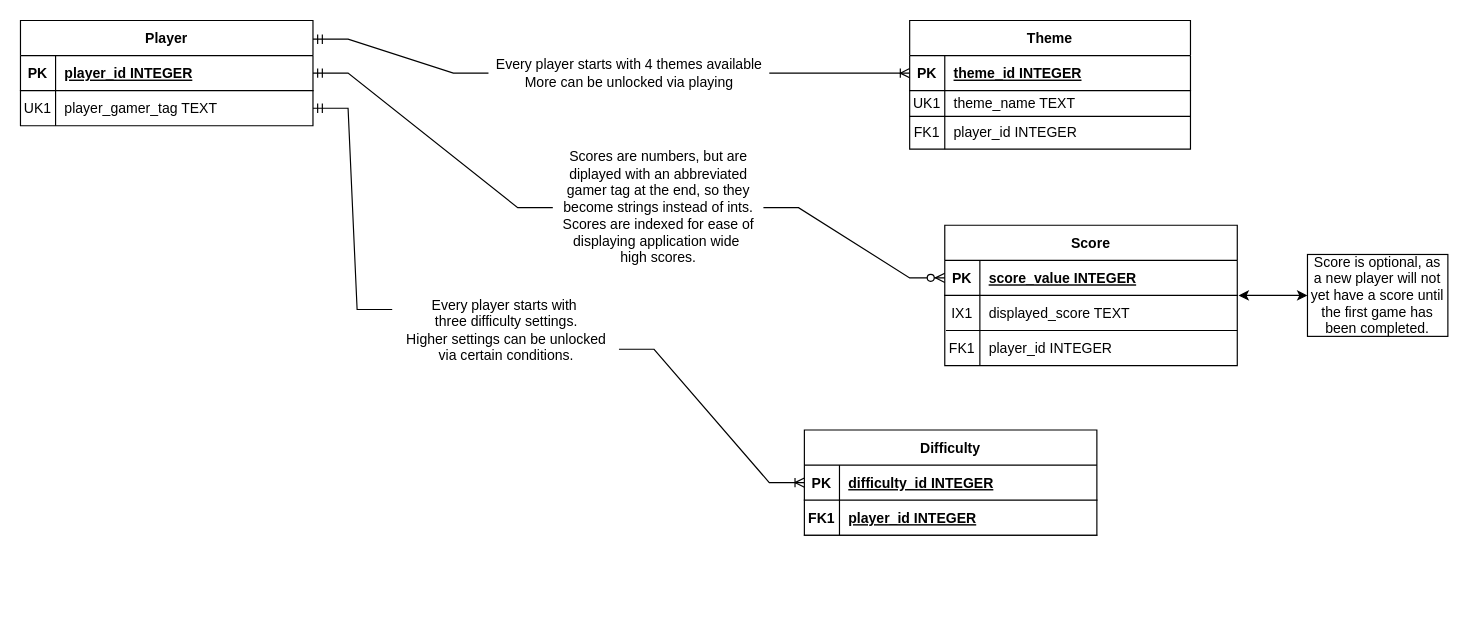
Above: docs/work/erd.drawio in ddc-java-15/unscrambled (draw.io), before the change. Source tidied: cells renumbered, new cells numbered last; positions are measured from the earlier drawing's top-left corner, leaving out a move shared by most shapes. Both pictures are drawn from the tidied source at 117%, with x=0, y=0 at pixel (20, 20).
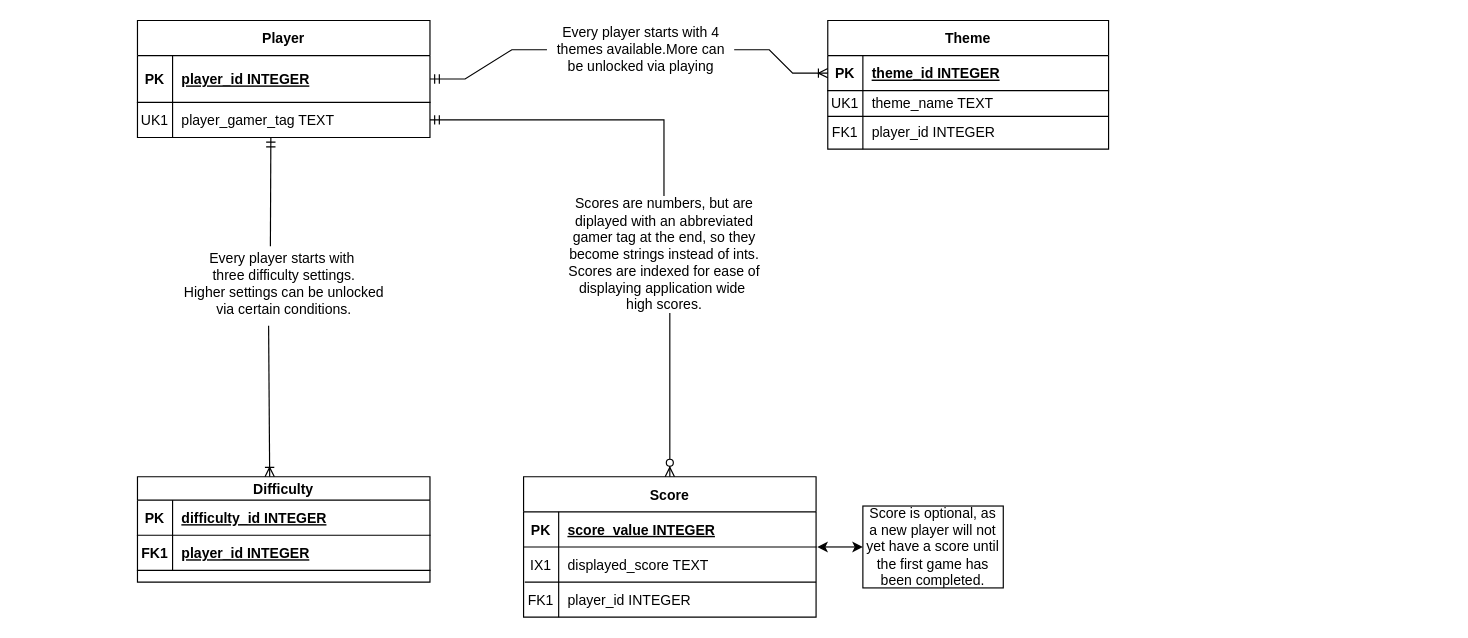
Above is the later version.

Unchanged cells that the change refers to:
```xml
<mxCell id="14" style="shape=partialRectangle;fillColor=none;points=[[0,0.5],[1,0.5]];portConstraint=eastwest;top=0;left=0;right=0;bottom=1;" parent="13" vertex="1">
  <mxGeometry y="30" width="250" height="30" as="geometry" />
</mxCell>
```

Diff of the diagram source:
```diff
@@
     <mxCell id="2" value="Theme" style="shape=table;startSize=30;childLayout=tableLayout;rowLines=0;fontStyle=1;align=center;" parent="1" vertex="1">
-      <mxGeometry x="760" width="240" height="110" as="geometry" />
+      <mxGeometry x="690" width="240" height="110" as="geometry" />
     </mxCell>
@@
     <mxCell id="13" value="Score" style="shape=table;startSize=30;childLayout=tableLayout;rowLines=0;fontStyle=1;align=center;" parent="1" vertex="1">
-      <mxGeometry x="790" y="175" width="250" height="120" as="geometry" />
+      <mxGeometry x="430" y="390" width="250" height="120" as="geometry" />
     </mxCell>
@@
     <mxCell id="24" value="Player" style="shape=table;startSize=30;childLayout=tableLayout;rowLines=0;fontStyle=1;align=center;" parent="1" vertex="1">
-      <mxGeometry width="250" height="90" as="geometry" />
+      <mxGeometry x="100" width="250" height="100" as="geometry" />
     </mxCell>
     <mxCell id="25" style="shape=partialRectangle;fillColor=none;points=[[0,0.5],[1,0.5]];portConstraint=eastwest;top=0;left=0;right=0;bottom=1;" parent="24" vertex="1">
-      <mxGeometry y="30" width="250" height="30" as="geometry" />
+      <mxGeometry y="30" width="250" height="40" as="geometry" />
     </mxCell>
     <mxCell id="26" value="PK" style="shape=partialRectangle;overflow=hidden;fillColor=none;top=0;left=0;bottom=0;right=0;fontStyle=1;" parent="25" vertex="1">
-      <mxGeometry width="30" height="30" as="geometry" />
+      <mxGeometry width="30" height="40" as="geometry" />
     </mxCell>
     <mxCell id="27" value="player_id INTEGER" style="shape=partialRectangle;overflow=hidden;fillColor=none;top=0;left=0;bottom=0;right=0;align=left;spacingLeft=6;fontStyle=5;" parent="25" vertex="1">
-      <mxGeometry x="30" width="220" height="30" as="geometry" />
+      <mxGeometry x="30" width="220" height="40" as="geometry" />
     </mxCell>
     <mxCell id="28" style="shape=partialRectangle;fillColor=none;points=[[0,0.5],[1,0.5]];portConstraint=eastwest;top=0;left=0;right=0;bottom=0;" parent="24" vertex="1">
-      <mxGeometry y="60" width="250" height="30" as="geometry" />
+      <mxGeometry y="70" width="250" height="30" as="geometry" />
     </mxCell>
@@
-    <mxCell id="32" value="Every player starts with 4 themes available&lt;br&gt;More can be unlocked via playing" style="text;html=1;align=center;verticalAlign=middle;points=[];strokeColor=none;fillColor=none;" parent="1" vertex="1">
-      <mxGeometry x="400" y="30" width="240" height="30" as="geometry" />
+    <mxCell id="32" value="Every player starts with 4 &lt;br&gt;themes available.More can &lt;br&gt;be unlocked via playing" style="text;html=1;align=center;verticalAlign=middle;points=[];strokeColor=none;fillColor=none;" parent="1" vertex="1">
+      <mxGeometry x="450" width="160" height="50" as="geometry" />
     </mxCell>
-    <mxCell id="33" style="edgeStyle=entityRelationEdgeStyle;fontSize=12;html=1;endArrow=none;startArrow=ERmandOne;rounded=0;entryX=0;entryY=0.5;entryDx=0;entryDy=0;" parent="1" edge="1" target="32">
-      <mxGeometry relative="1" as="geometry">
-        <mxPoint x="250" y="16" as="sourcePoint" />
-      </mxGeometry>
+    <mxCell id="33" style="edgeStyle=entityRelationEdgeStyle;fontSize=12;html=1;endArrow=none;startArrow=ERmandOne;rounded=0;entryX=0;entryY=0.5;entryDx=0;entryDy=0;exitX=1;exitY=0.5;exitDx=0;exitDy=0;" parent="1" edge="1" source="25" target="32">
+      <mxGeometry relative="1" as="geometry" />
     </mxCell>
-    <mxCell id="34" style="edgeStyle=entityRelationEdgeStyle;fontSize=12;html=1;endArrow=ERzeroToMany;startArrow=none;rounded=0;entryX=0;entryY=0.5;entryDx=0;entryDy=0;" parent="1" edge="1" source="35" target="14">
-      <mxGeometry relative="1" as="geometry" />
-    </mxCell>
-    <mxCell id="35" value="Scores are numbers, but are&lt;br&gt;diplayed with an abbreviated&lt;br&gt;gamer tag at the end, so they&lt;br&gt;become strings instead of ints.&lt;br&gt;Scores are indexed for ease of&lt;br&gt;displaying application wide&amp;nbsp;&lt;br&gt;high scores." style="text;html=1;align=center;verticalAlign=middle;points=[];strokeColor=none;fillColor=none;" parent="1" vertex="1">
-      <mxGeometry x="455" y="110" width="180" height="100" as="geometry" />
-    </mxCell>
-    <mxCell id="36" style="edgeStyle=entityRelationEdgeStyle;fontSize=12;html=1;endArrow=none;startArrow=ERmandOne;rounded=0;entryX=0;entryY=0.5;entryDx=0;entryDy=0;exitX=1;exitY=0.5;exitDx=0;exitDy=0;" parent="1" edge="1" source="25" target="35">
-      <mxGeometry relative="1" as="geometry" />
-    </mxCell>
-    <mxCell id="37" value="Difficulty" style="shape=table;startSize=30;childLayout=tableLayout;rowLines=0;fontStyle=1;align=center;" parent="1" vertex="1">
-      <mxGeometry x="670" y="350" width="250" height="90" as="geometry" />
+    <mxCell id="37" value="Difficulty" style="shape=table;startSize=20;childLayout=tableLayout;rowLines=0;fontStyle=1;align=center;" parent="1" vertex="1">
+      <mxGeometry x="100" y="390" width="250" height="90" as="geometry" />
     </mxCell>
     <mxCell id="38" style="shape=partialRectangle;fillColor=none;points=[[0,0.5],[1,0.5]];portConstraint=eastwest;top=0;left=0;right=0;bottom=1;" parent="37" vertex="1">
-      <mxGeometry y="30" width="250" height="30" as="geometry" />
+      <mxGeometry y="20" width="250" height="30" as="geometry" />
     </mxCell>
@@
     <mxCell id="41" style="shape=partialRectangle;fillColor=none;top=0;left=0;right=0;bottom=1;" parent="37" vertex="1">
-      <mxGeometry y="60" width="250" height="30" as="geometry" />
+      <mxGeometry y="50" width="250" height="30" as="geometry" />
     </mxCell>
@@
-    <mxCell id="44" style="edgeStyle=entityRelationEdgeStyle;fontSize=12;html=1;endArrow=ERoneToMany;startArrow=none;rounded=0;entryX=0;entryY=0.5;entryDx=0;entryDy=0;exitX=1.008;exitY=0.767;exitDx=0;exitDy=0;exitPerimeter=0;" parent="1" edge="1" source="45" target="38">
-      <mxGeometry relative="1" as="geometry" />
-    </mxCell>
-    <mxCell id="45" value="Every player starts with&amp;nbsp;&lt;br&gt;three difficulty settings.&lt;br&gt;Higher settings can be unlocked&lt;br&gt;via certain conditions." style="text;html=1;align=center;verticalAlign=middle;points=[];strokeColor=none;fillColor=none;" parent="1" vertex="1">
-      <mxGeometry x="320" y="235" width="190" height="60" as="geometry" />
-    </mxCell>
-    <mxCell id="46" style="edgeStyle=entityRelationEdgeStyle;fontSize=12;html=1;endArrow=none;startArrow=ERmandOne;rounded=0;entryX=-0.012;entryY=0.2;entryDx=0;entryDy=0;entryPerimeter=0;exitX=1;exitY=0.5;exitDx=0;exitDy=0;" parent="1" edge="1" source="28" target="45">
-      <mxGeometry relative="1" as="geometry" />
-    </mxCell>
     <mxCell id="47" value="Score is optional, as a new player will not yet have a score until the first game has been completed." style="rounded=0;whiteSpace=wrap;html=1;" parent="1" vertex="1">
-      <mxGeometry x="1100" y="200" width="120" height="70" as="geometry" />
+      <mxGeometry x="720" y="415" width="120" height="70" as="geometry" />
     </mxCell>
@@
+    <mxCell id="49" style="fontSize=12;html=1;endArrow=ERoneToMany;startArrow=none;rounded=0;entryX=0.452;entryY=0;entryDx=0;entryDy=0;entryPerimeter=0;exitX=0.432;exitY=1.1;exitDx=0;exitDy=0;exitPerimeter=0;" parent="1" edge="1" source="45" target="37">
+      <mxGeometry relative="1" as="geometry" />
+    </mxCell>
+    <mxCell id="45" value="Every player starts with&amp;nbsp;&lt;br&gt;three difficulty settings.&lt;br&gt;Higher settings can be unlocked&lt;br&gt;via certain conditions." style="text;html=1;align=center;verticalAlign=middle;points=[];strokeColor=none;fillColor=none;" parent="1" vertex="1">
+      <mxGeometry x="130" y="195" width="190" height="60" as="geometry" />
+    </mxCell>
+    <mxCell id="50" style="fontSize=12;html=1;endArrow=none;startArrow=ERmandOne;rounded=0;entryX=0.44;entryY=-0.033;entryDx=0;entryDy=0;entryPerimeter=0;" parent="1" edge="1" target="45">
+      <mxGeometry relative="1" as="geometry">
+        <mxPoint x="214" y="100" as="sourcePoint" />
+      </mxGeometry>
+    </mxCell>
+    <mxCell id="51" style="fontSize=12;html=1;endArrow=ERzeroToMany;startArrow=none;rounded=0;entryX=0.5;entryY=0;entryDx=0;entryDy=0;edgeStyle=elbowEdgeStyle;" parent="1" edge="1" source="35" target="13">
+      <mxGeometry relative="1" as="geometry">
+        <Array as="points">
+          <mxPoint x="555" y="220" />
+        </Array>
+      </mxGeometry>
+    </mxCell>
+    <mxCell id="35" value="Scores are numbers, but are&lt;br&gt;diplayed with an abbreviated&lt;br&gt;gamer tag at the end, so they&lt;br&gt;become strings instead of ints.&lt;br&gt;Scores are indexed for ease of&lt;br&gt;displaying application wide&amp;nbsp;&lt;br&gt;high scores." style="text;html=1;align=center;verticalAlign=middle;points=[];strokeColor=none;fillColor=none;" parent="1" vertex="1">
+      <mxGeometry x="460" y="150" width="180" height="100" as="geometry" />
+    </mxCell>
+    <mxCell id="52" style="fontSize=12;html=1;endArrow=none;startArrow=ERmandOne;rounded=0;entryX=0.5;entryY=0;entryDx=0;entryDy=0;edgeStyle=elbowEdgeStyle;exitX=1;exitY=0.5;exitDx=0;exitDy=0;" parent="1" edge="1" source="28" target="35">
+      <mxGeometry relative="1" as="geometry">
+        <Array as="points">
+          <mxPoint x="550" y="110" />
+        </Array>
+      </mxGeometry>
+    </mxCell>
```
